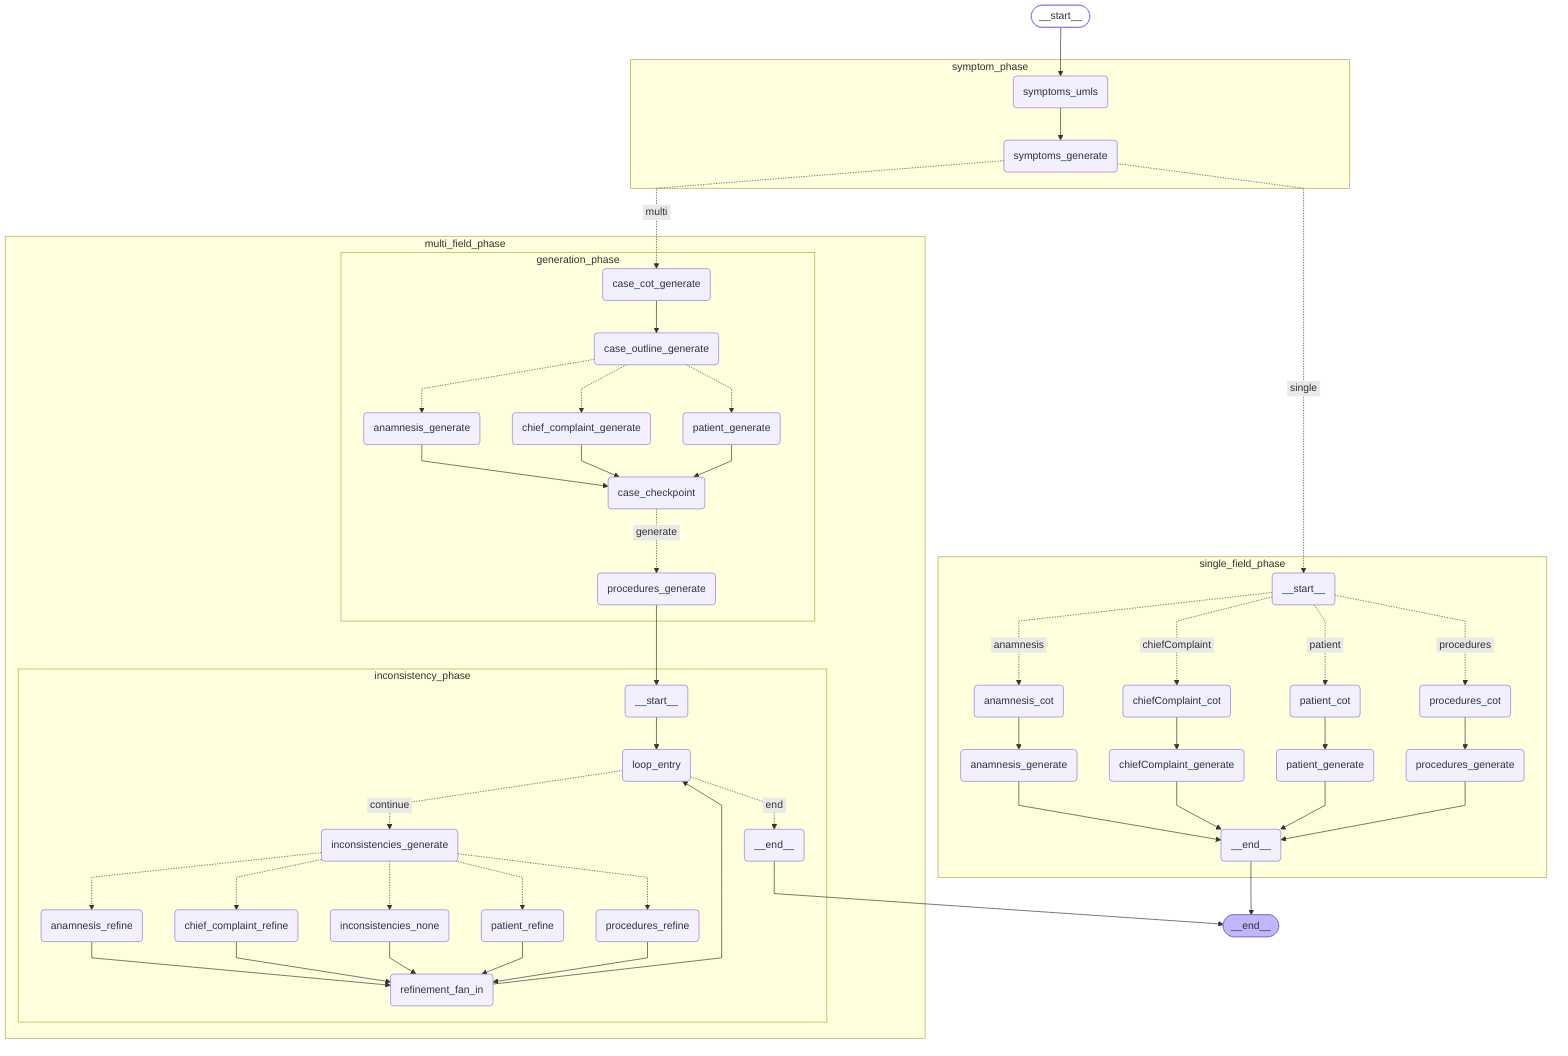
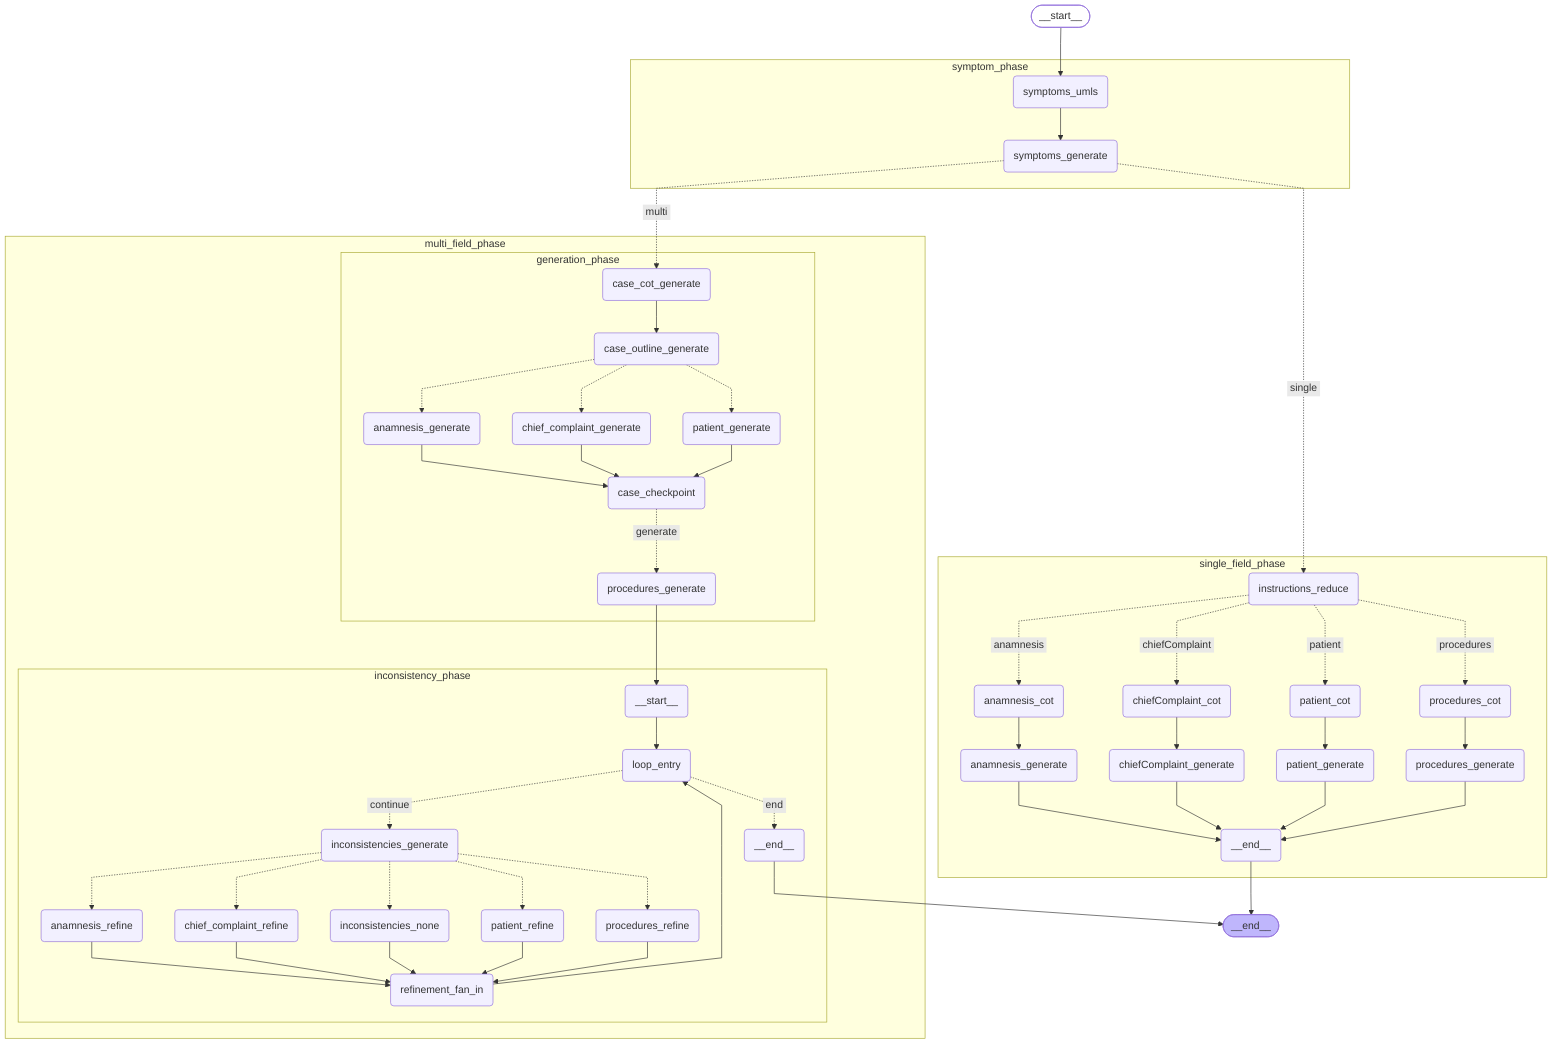
%%{init: {'flowchart': {'curve': 'linear'}}}%%
graph TD;
	__start__([<p>__start__</p>]):::first
	symptom_phase_symptoms_umls(symptoms_umls)
	symptom_phase_symptoms_generate(symptoms_generate)
- 	single_field_phase___start__(<p>__start__</p>)
+ 	single_field_phase_instructions_reduce(instructions_reduce)
	single_field_phase_patient_cot(patient_cot)
	single_field_phase_patient_generate(patient_generate)
	single_field_phase_chiefComplaint_cot(chiefComplaint_cot)
	single_field_phase_chiefComplaint_generate(chiefComplaint_generate)
	single_field_phase_anamnesis_cot(anamnesis_cot)
	single_field_phase_anamnesis_generate(anamnesis_generate)
	single_field_phase_procedures_cot(procedures_cot)
	single_field_phase_procedures_generate(procedures_generate)
	single_field_phase___end__(<p>__end__</p>)
	multi_field_phase_generation_phase_case_cot_generate(case_cot_generate)
	multi_field_phase_generation_phase_case_outline_generate(case_outline_generate)
	multi_field_phase_generation_phase_patient_generate(patient_generate)
	multi_field_phase_generation_phase_chief_complaint_generate(chief_complaint_generate)
	multi_field_phase_generation_phase_anamnesis_generate(anamnesis_generate)
	multi_field_phase_generation_phase_case_checkpoint(case_checkpoint)
	multi_field_phase_generation_phase_procedures_generate(procedures_generate)
	multi_field_phase_inconsistency_phase___start__(<p>__start__</p>)
	multi_field_phase_inconsistency_phase_loop_entry(loop_entry)
	multi_field_phase_inconsistency_phase_inconsistencies_generate(inconsistencies_generate)
	multi_field_phase_inconsistency_phase_patient_refine(patient_refine)
	multi_field_phase_inconsistency_phase_chief_complaint_refine(chief_complaint_refine)
	multi_field_phase_inconsistency_phase_anamnesis_refine(anamnesis_refine)
	multi_field_phase_inconsistency_phase_procedures_refine(procedures_refine)
	multi_field_phase_inconsistency_phase_inconsistencies_none(inconsistencies_none)
	multi_field_phase_inconsistency_phase_refinement_fan_in(refinement_fan_in)
	multi_field_phase_inconsistency_phase___end__(<p>__end__</p>)
	__end__([<p>__end__</p>]):::last
	__start__ --> symptom_phase_symptoms_umls;
	multi_field_phase_inconsistency_phase___end__ --> __end__;
	single_field_phase___end__ --> __end__;
- 	symptom_phase_symptoms_generate -. &nbsp;single&nbsp; .-> single_field_phase___start__;
+ 	symptom_phase_symptoms_generate -. &nbsp;single&nbsp; .-> single_field_phase_instructions_reduce;
	symptom_phase_symptoms_generate -. &nbsp;multi&nbsp; .-> multi_field_phase_generation_phase_case_cot_generate;
	subgraph symptom_phase
	symptom_phase_symptoms_umls --> symptom_phase_symptoms_generate;
	end
	subgraph single_field_phase
	single_field_phase_anamnesis_cot --> single_field_phase_anamnesis_generate;
	single_field_phase_anamnesis_generate --> single_field_phase___end__;
	single_field_phase_chiefComplaint_cot --> single_field_phase_chiefComplaint_generate;
	single_field_phase_chiefComplaint_generate --> single_field_phase___end__;
	single_field_phase_patient_cot --> single_field_phase_patient_generate;
	single_field_phase_patient_generate --> single_field_phase___end__;
	single_field_phase_procedures_cot --> single_field_phase_procedures_generate;
	single_field_phase_procedures_generate --> single_field_phase___end__;
- 	single_field_phase___start__ -. &nbsp;patient&nbsp; .-> single_field_phase_patient_cot;
- 	single_field_phase___start__ -. &nbsp;chiefComplaint&nbsp; .-> single_field_phase_chiefComplaint_cot;
- 	single_field_phase___start__ -. &nbsp;anamnesis&nbsp; .-> single_field_phase_anamnesis_cot;
- 	single_field_phase___start__ -. &nbsp;procedures&nbsp; .-> single_field_phase_procedures_cot;
+ 	single_field_phase_instructions_reduce -. &nbsp;patient&nbsp; .-> single_field_phase_patient_cot;
+ 	single_field_phase_instructions_reduce -. &nbsp;chiefComplaint&nbsp; .-> single_field_phase_chiefComplaint_cot;
+ 	single_field_phase_instructions_reduce -. &nbsp;anamnesis&nbsp; .-> single_field_phase_anamnesis_cot;
+ 	single_field_phase_instructions_reduce -. &nbsp;procedures&nbsp; .-> single_field_phase_procedures_cot;
	end
	subgraph multi_field_phase
	subgraph generation_phase
	multi_field_phase_generation_phase_anamnesis_generate --> multi_field_phase_generation_phase_case_checkpoint;
	multi_field_phase_generation_phase_case_cot_generate --> multi_field_phase_generation_phase_case_outline_generate;
	multi_field_phase_generation_phase_chief_complaint_generate --> multi_field_phase_generation_phase_case_checkpoint;
	multi_field_phase_generation_phase_patient_generate --> multi_field_phase_generation_phase_case_checkpoint;
	multi_field_phase_generation_phase_case_outline_generate -.-> multi_field_phase_generation_phase_patient_generate;
	multi_field_phase_generation_phase_case_outline_generate -.-> multi_field_phase_generation_phase_chief_complaint_generate;
	multi_field_phase_generation_phase_case_outline_generate -.-> multi_field_phase_generation_phase_anamnesis_generate;
	multi_field_phase_generation_phase_case_checkpoint -. &nbsp;generate&nbsp; .-> multi_field_phase_generation_phase_procedures_generate;
	end
	subgraph inconsistency_phase
	multi_field_phase_inconsistency_phase___start__ --> multi_field_phase_inconsistency_phase_loop_entry;
	multi_field_phase_inconsistency_phase_anamnesis_refine --> multi_field_phase_inconsistency_phase_refinement_fan_in;
	multi_field_phase_inconsistency_phase_chief_complaint_refine --> multi_field_phase_inconsistency_phase_refinement_fan_in;
	multi_field_phase_inconsistency_phase_inconsistencies_none --> multi_field_phase_inconsistency_phase_refinement_fan_in;
	multi_field_phase_inconsistency_phase_patient_refine --> multi_field_phase_inconsistency_phase_refinement_fan_in;
	multi_field_phase_inconsistency_phase_procedures_refine --> multi_field_phase_inconsistency_phase_refinement_fan_in;
	multi_field_phase_inconsistency_phase_refinement_fan_in --> multi_field_phase_inconsistency_phase_loop_entry;
	multi_field_phase_inconsistency_phase_loop_entry -. &nbsp;end&nbsp; .-> multi_field_phase_inconsistency_phase___end__;
	multi_field_phase_inconsistency_phase_loop_entry -. &nbsp;continue&nbsp; .-> multi_field_phase_inconsistency_phase_inconsistencies_generate;
	multi_field_phase_inconsistency_phase_inconsistencies_generate -.-> multi_field_phase_inconsistency_phase_patient_refine;
	multi_field_phase_inconsistency_phase_inconsistencies_generate -.-> multi_field_phase_inconsistency_phase_chief_complaint_refine;
	multi_field_phase_inconsistency_phase_inconsistencies_generate -.-> multi_field_phase_inconsistency_phase_anamnesis_refine;
	multi_field_phase_inconsistency_phase_inconsistencies_generate -.-> multi_field_phase_inconsistency_phase_procedures_refine;
	multi_field_phase_inconsistency_phase_inconsistencies_generate -.-> multi_field_phase_inconsistency_phase_inconsistencies_none;
	end
	multi_field_phase_generation_phase_procedures_generate --> multi_field_phase_inconsistency_phase___start__;
	end
	classDef default fill:#f2f0ff,line-height:1.2;
	classDef first fill-opacity:0;
	classDef last fill:#bfb6fc;
